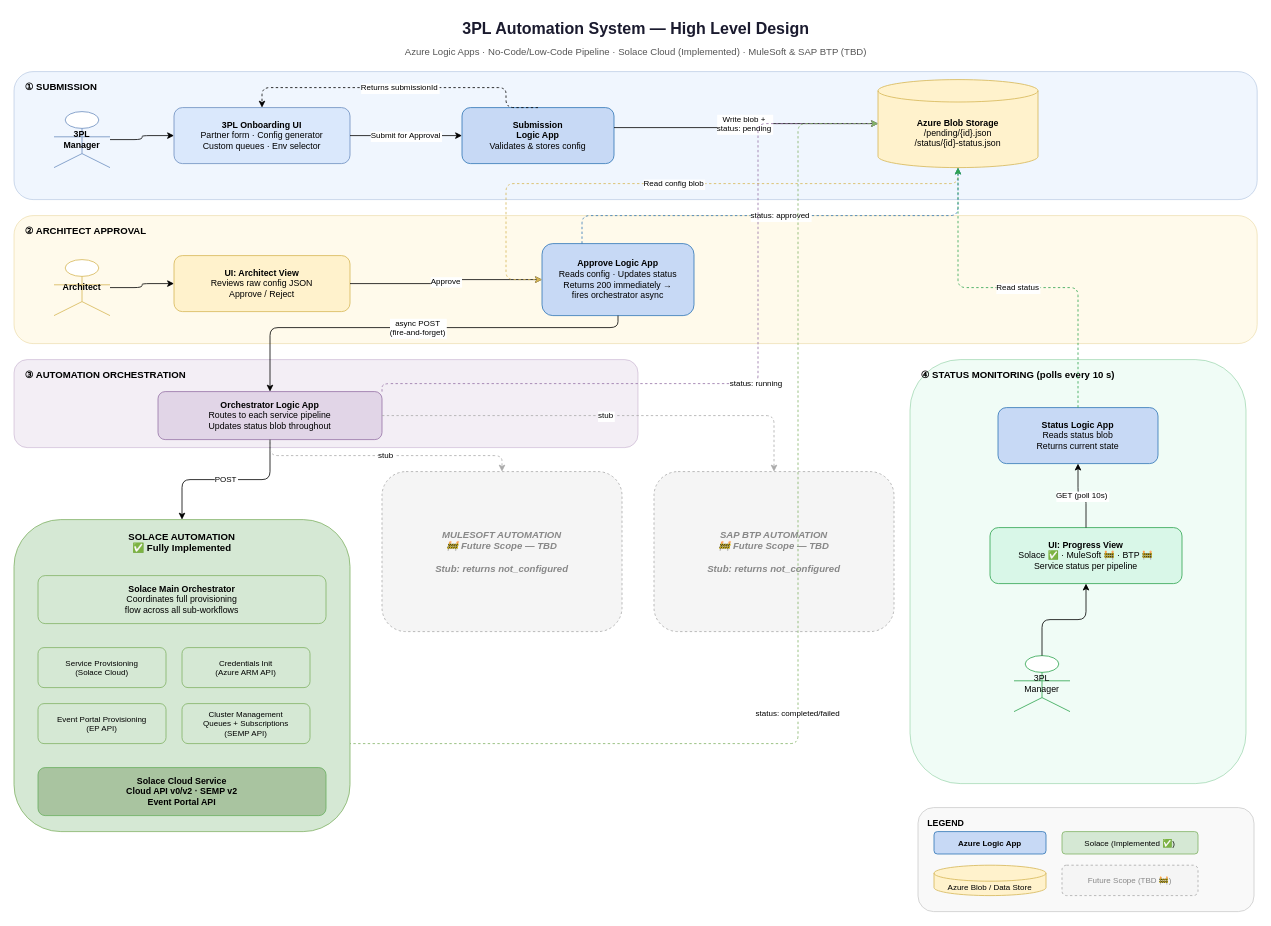
Before: page "HLD – High Level Design" (1 of 2) of 3PL-Automation/diagrams/3pl-automation-architecture.drawio in soubhik7/3pl-automation, a draw.io diagram. Source tidied: cells renumbered, new cells numbered last; positions are measured from the earlier drawing's top-left corner, leaving out a move shared by most shapes. Both pictures are drawn from the tidied source at 80%, with x=0, y=0 at pixel (14, 14).
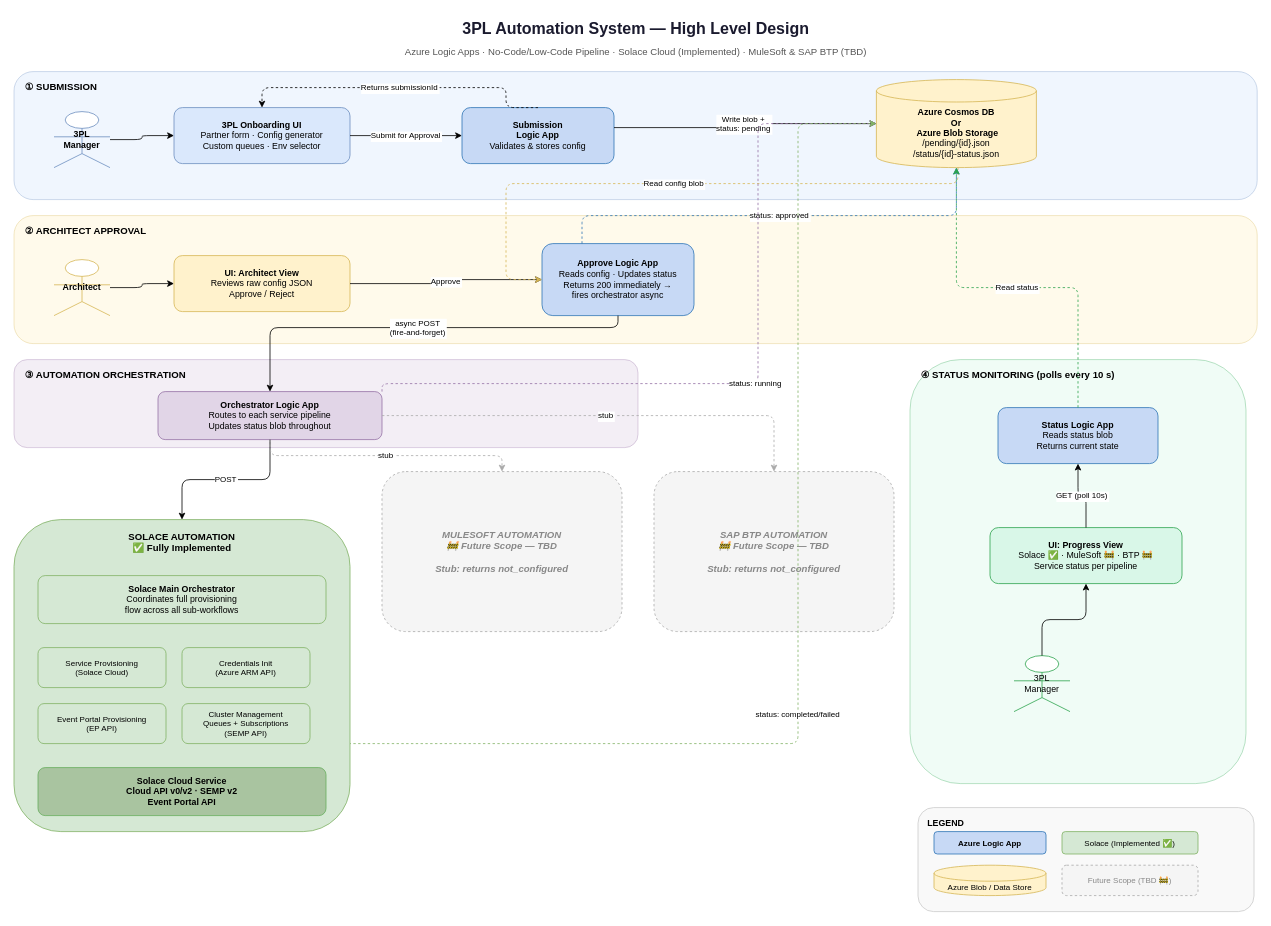
After the change.

Commit message (it also covers changes not shown here):
fix: update blob SAS token across onboarding workflows and architecture diagram

Change to the diagram source:
```diff
@@
-    <mxCell id="8" value="&lt;b&gt;Azure Blob Storage&lt;/b&gt;&#10;/pending/{id}.json&#10;/status/{id}-status.json" style="shape=cylinder3;whiteSpace=wrap;html=1;boundedLbl=1;backgroundOutline=1;size=14;fillColor=#fff2cc;strokeColor=#d6b656;fontSize=11;" parent="1" vertex="1">
-      <mxGeometry x="1080" y="82" width="200" height="110" as="geometry" />
+    <mxCell id="8" value="&lt;b&gt;Azure Cosmos DB&lt;/b&gt;&lt;div&gt;&lt;b&gt;Or&lt;/b&gt;&lt;/div&gt;&lt;div&gt;&lt;b&gt;&amp;nbsp;Azure Blob Storage&lt;/b&gt;&lt;br&gt;/pending/{id}.json&lt;br&gt;/status/{id}-status.json&lt;/div&gt;" style="shape=cylinder3;whiteSpace=wrap;html=1;boundedLbl=1;backgroundOutline=1;size=14;fillColor=#fff2cc;strokeColor=#d6b656;fontSize=11;" parent="1" vertex="1">
+      <mxGeometry x="1078" y="82" width="200" height="110" as="geometry" />
     </mxCell>
```
